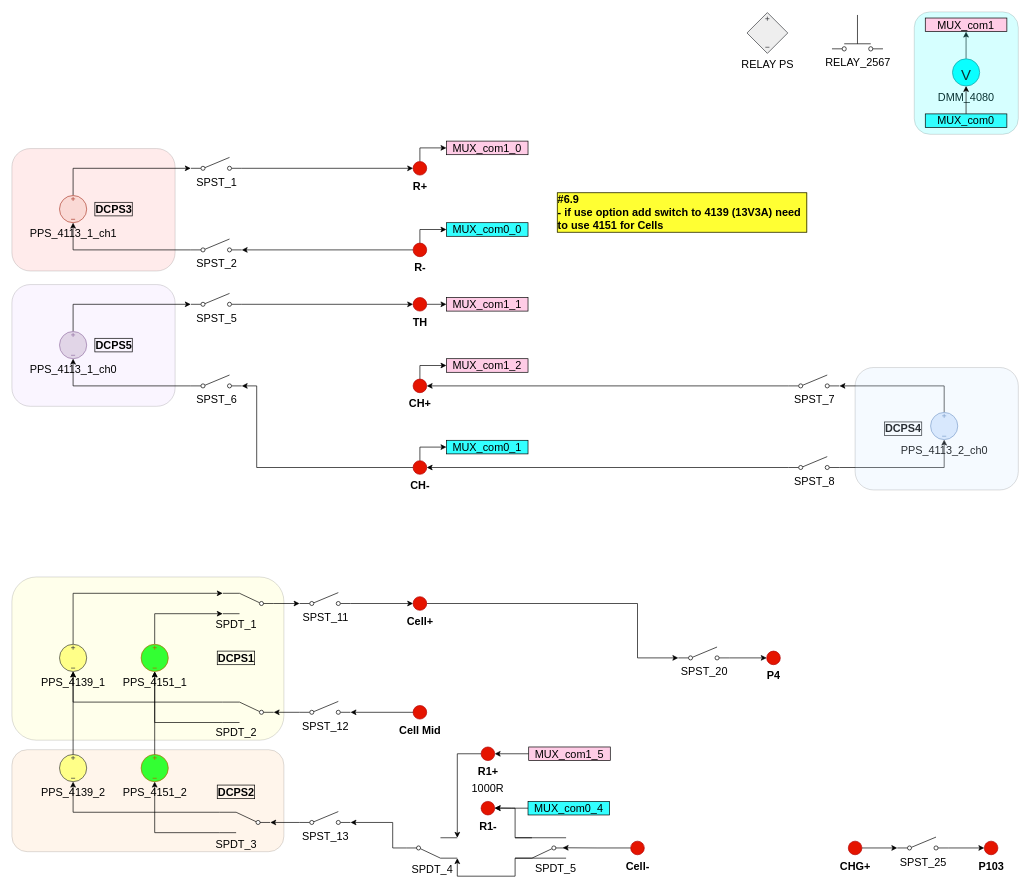
Earlier version of the draw.io diagram BMS_device_B_6p9.drawio (ktlim-xy/draw-io). Source tidied: cells renumbered, new cells numbered last; positions are measured from the earlier drawing's top-left corner, leaving out a move shared by most shapes. Both pictures are drawn from the tidied source at 68%, with x=0, y=0 at pixel (12, 12).
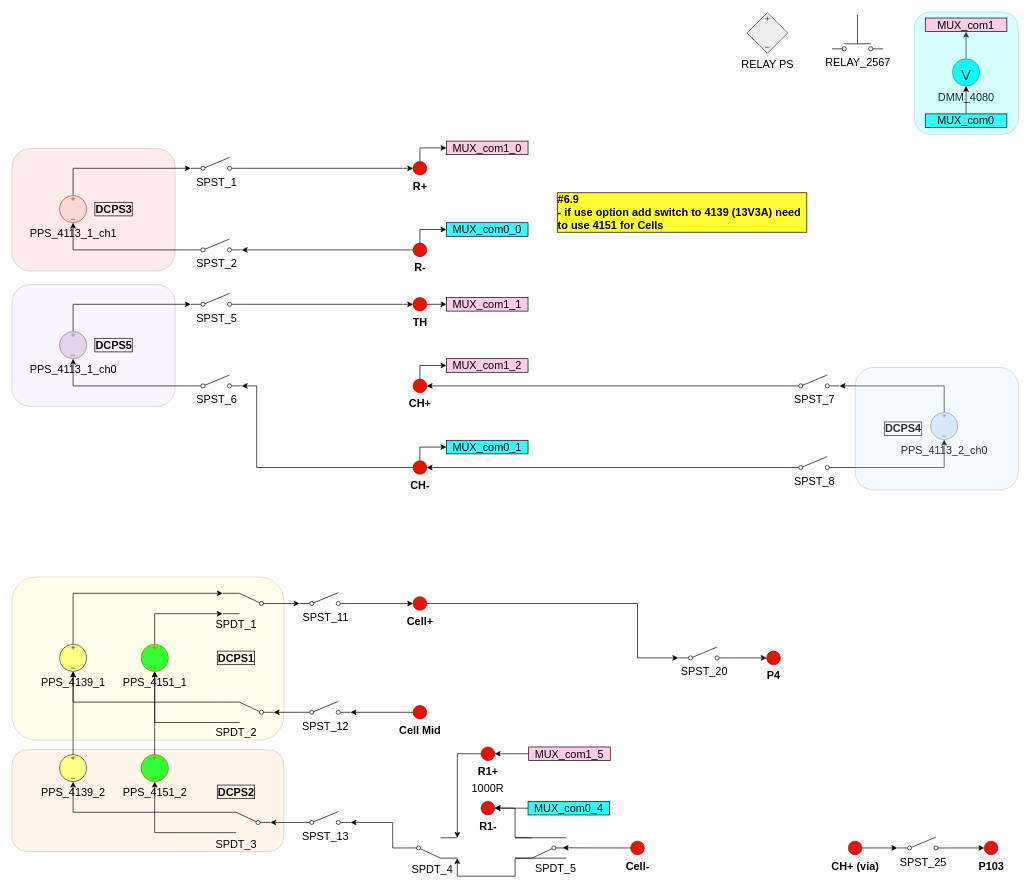
After the change.

Diff of the diagram source:
```diff
@@
-    <mxCell id="86" value="CHG+" style="verticalLabelPosition=bottom;shadow=0;dashed=0;align=center;html=1;verticalAlign=top;strokeWidth=1;shape=ellipse;perimeter=ellipsePerimeter;fillColor=#e51400;fontColor=light-dark(#000000,#FF0000);strokeColor=#B20000;fontSize=16;fontStyle=1;" parent="1" vertex="1">
+    <mxCell id="86" value="CH+ (via)" style="verticalLabelPosition=bottom;shadow=0;dashed=0;align=center;html=1;verticalAlign=top;strokeWidth=1;shape=ellipse;perimeter=ellipsePerimeter;fillColor=#e51400;fontColor=light-dark(#000000,#FF0000);strokeColor=#B20000;fontSize=16;fontStyle=1;" parent="1" vertex="1">
       <mxGeometry x="1230" y="1219.5" width="20" height="20" as="geometry" />
     </mxCell>
```
